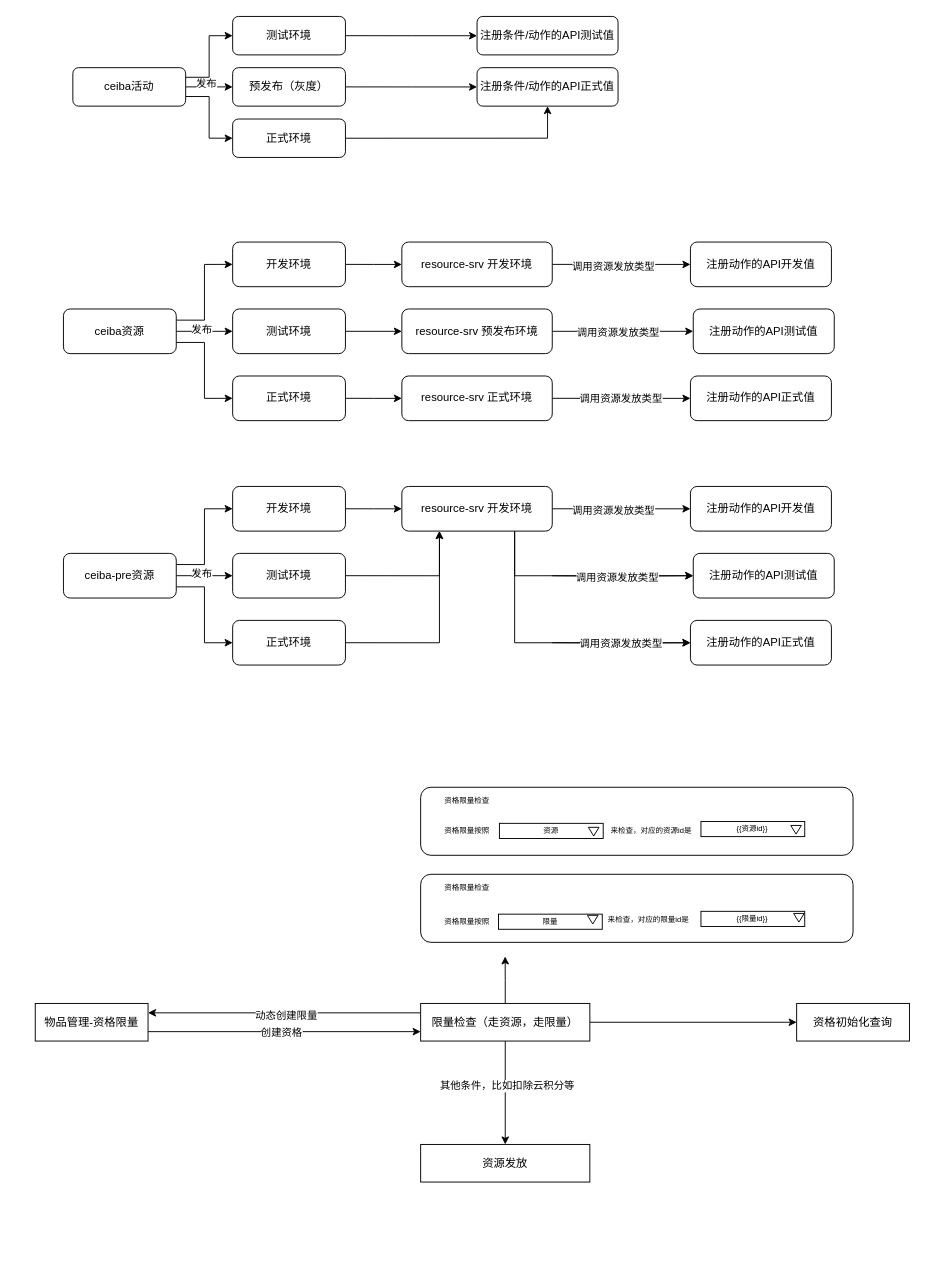
This is docs.drawio from axtrur/resource, a draw.io file, before an edit. Source tidied: cells renumbered, new cells numbered last; positions are measured from the earlier drawing's top-left corner, leaving out a move shared by most shapes. Both pictures are drawn from the tidied source at 94%, with x=0, y=0 at pixel (35, 16).
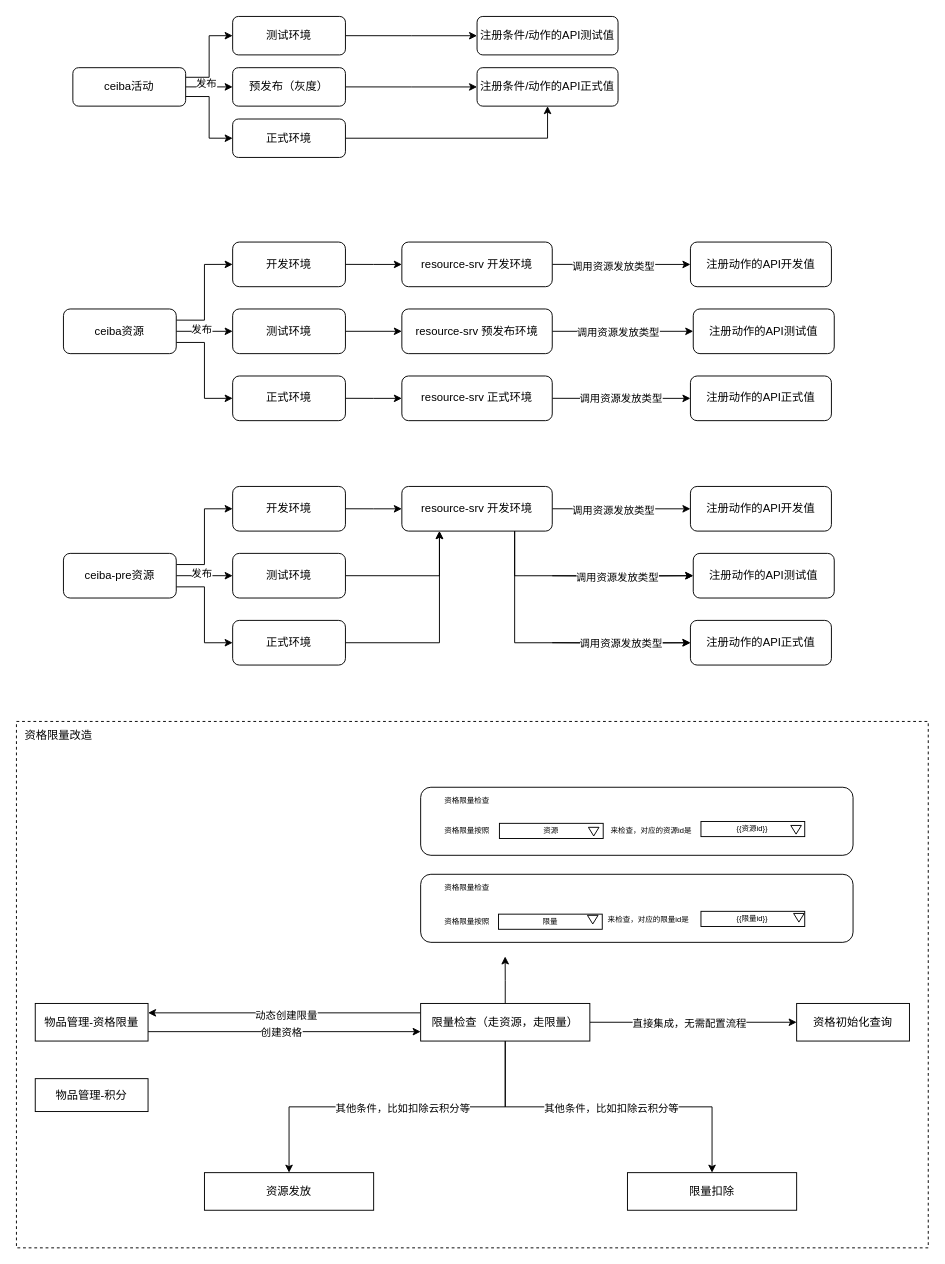
After the change.

The change refers to these unchanged cells:
```xml
<mxCell id="71" style="edgeStyle=orthogonalEdgeStyle;rounded=0;jettySize=auto;html=1;exitX=0.5;exitY=1;exitDx=0;exitDy=0;entryX=0.5;entryY=0;entryDx=0;entryDy=0;" parent="1" edge="1" source="77" target="78">
  <mxGeometry relative="1" as="geometry" />
</mxCell>
<mxCell id="75" style="edgeStyle=orthogonalEdgeStyle;rounded=0;jettySize=auto;html=1;exitX=1;exitY=0.5;exitDx=0;exitDy=0;" parent="1" edge="1" source="77" target="79">
  <mxGeometry relative="1" as="geometry" />
</mxCell>
<mxCell id="77" value="限量检查（走资源，走限量）" style="rounded=0;whiteSpace=wrap;html=1;" parent="1" vertex="1">
  <mxGeometry x="410" y="1050" width="180" height="40" as="geometry" />
</mxCell>
```

Change to the diagram source:
```diff
@@
+    <mxCell id="97" style="rounded=0;whiteSpace=wrap;html=1;dashed=1;" parent="1" vertex="1">
+      <mxGeometry x="-20" y="750" width="970" height="560" as="geometry" />
+    </mxCell>
@@
     <mxCell id="72" value="其他条件，比如扣除云积分等" style="edgeLabel;html=1;align=center;verticalAlign=middle;" parent="71" vertex="1">
-      <mxGeometry x="-0.15" y="1" relative="1" as="geometry" />
+      <mxGeometry x="-0.15" y="1" relative="1" as="geometry">
+        <mxPoint x="-23" as="offset" />
+      </mxGeometry>
     </mxCell>
@@
+    <mxCell id="98" value="直接集成，无需配置流程" style="edgeLabel;html=1;align=center;verticalAlign=middle;" parent="75" vertex="1">
+      <mxGeometry x="-0.05" y="-1" relative="1" as="geometry" />
+    </mxCell>
@@
+    <mxCell id="99" style="edgeStyle=orthogonalEdgeStyle;rounded=0;jettySize=auto;html=1;exitX=0.5;exitY=1;exitDx=0;exitDy=0;" parent="1" edge="1" source="77" target="103">
+      <mxGeometry relative="1" as="geometry" />
+    </mxCell>
+    <mxCell id="100" style="edgeLabel;html=1;align=center;verticalAlign=middle;" parent="99" vertex="1">
+      <mxGeometry x="-0.02" y="-1" relative="1" as="geometry" />
+    </mxCell>
+    <mxCell id="101" value="其他条件，比如扣除云积分等" style="edgeLabel;html=1;align=center;verticalAlign=middle;" parent="99" vertex="1">
+      <mxGeometry x="0.01" y="-1" relative="1" as="geometry" />
+    </mxCell>
@@
     <mxCell id="78" value="资源发放" style="rounded=0;whiteSpace=wrap;html=1;" parent="1" vertex="1">
-      <mxGeometry x="410" y="1200" width="180" height="40" as="geometry" />
+      <mxGeometry x="180" y="1230" width="180" height="40" as="geometry" />
     </mxCell>
@@
+    <mxCell id="102" value="物品管理-积分" style="rounded=0;whiteSpace=wrap;html=1;" parent="1" vertex="1">
+      <mxGeometry y="1130" width="120" height="35" as="geometry" />
+    </mxCell>
+    <mxCell id="103" value="限量扣除" style="rounded=0;whiteSpace=wrap;html=1;" parent="1" vertex="1">
+      <mxGeometry x="630" y="1230" width="180" height="40" as="geometry" />
+    </mxCell>
+    <mxCell id="104" value="资格限量改造" style="text;html=1;align=center;verticalAlign=middle;whiteSpace=wrap;rounded=0;" parent="1" vertex="1">
+      <mxGeometry x="-20" y="750" width="90" height="30" as="geometry" />
+    </mxCell>
```
